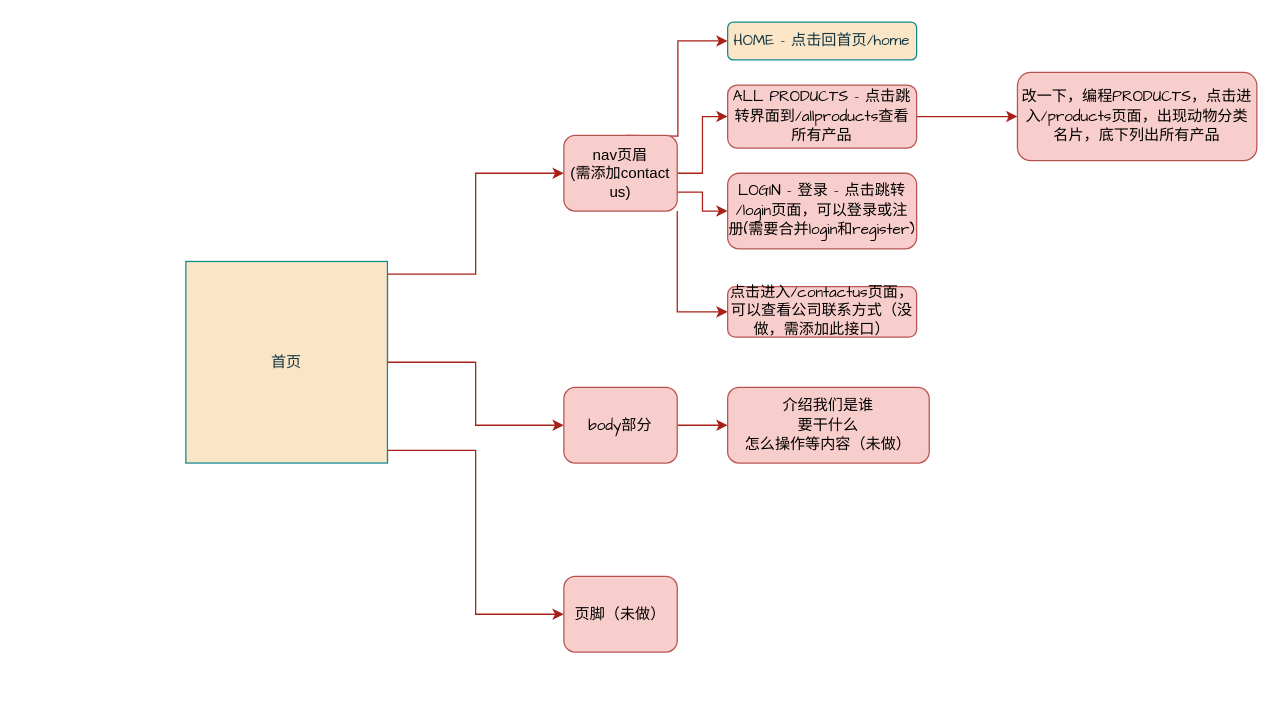
Before: Page_Diagram/pet.drawio in dzwfighting/pet, a draw.io diagram. Source tidied: cells renumbered, new cells numbered last; positions are measured from the earlier drawing's top-left corner, leaving out a move shared by most shapes. Both pictures are drawn from the tidied source at 126%, with x=0, y=0 at pixel (185, 21).
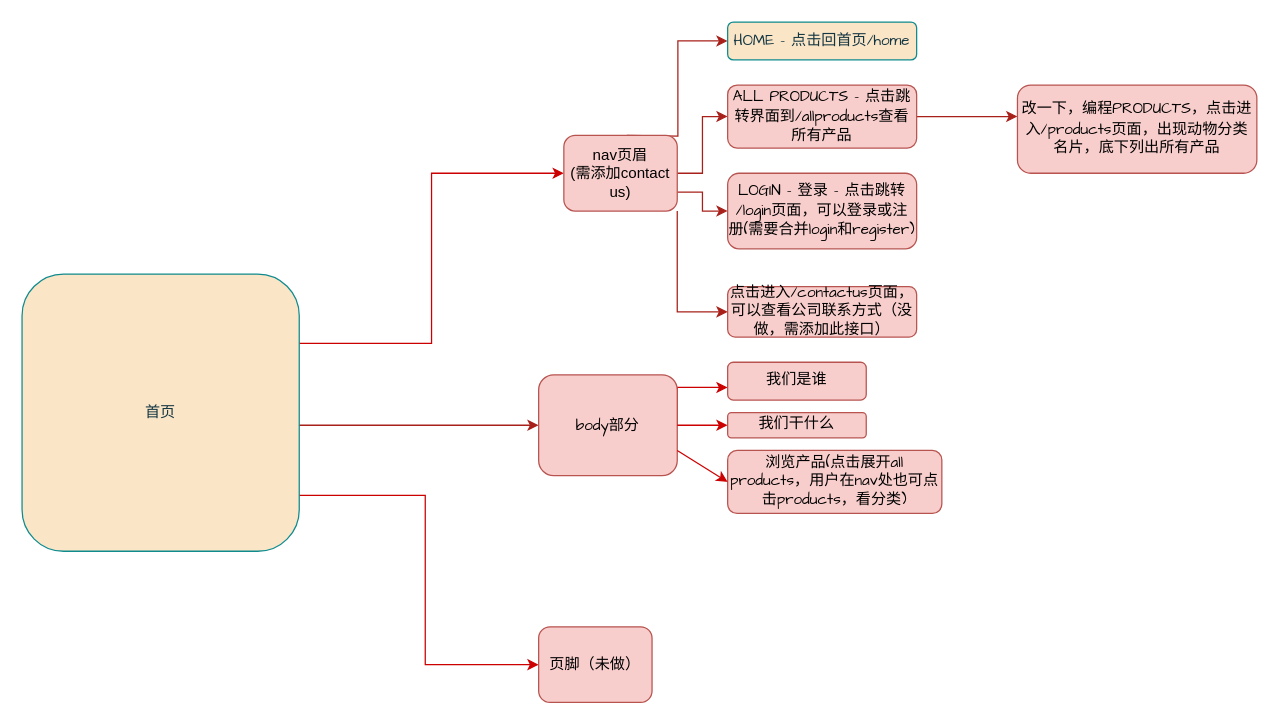
After the change.

The change refers to these unchanged cells:
```xml
<mxCell id="10" value="nav页眉&lt;br&gt;(需添加contact us)" style="rounded=1;whiteSpace=wrap;html=1;fillColor=#f8cecc;strokeColor=#b85450;labelBackgroundColor=none;" parent="1" vertex="1">
  <mxGeometry x="300" y="90" width="90" height="60" as="geometry" />
</mxCell>
<mxCell id="13" value="&lt;font face=&quot;Comic Sans MS&quot;&gt;ALL PRODUCTS - 点击跳转界面到/allproducts查看所有产品&lt;/font&gt;" style="whiteSpace=wrap;html=1;rounded=1;fillColor=#f8cecc;strokeColor=#b85450;labelBackgroundColor=none;" parent="1" vertex="1">
  <mxGeometry x="430" y="50" width="150" height="50" as="geometry" />
</mxCell>
```

Diff of the diagram source:
```diff
@@
+    <mxCell id="3" style="edgeStyle=orthogonalEdgeStyle;rounded=0;jettySize=auto;html=1;labelBackgroundColor=none;strokeColor=#A8201A;fontColor=default;exitX=0.995;exitY=0.54;exitDx=0;exitDy=0;exitPerimeter=0;" parent="1" edge="1" source="5" target="17">
+      <mxGeometry relative="1" as="geometry">
+        <Array as="points">
+          <mxPoint x="89" y="320" />
+        </Array>
+      </mxGeometry>
+    </mxCell>
-    <mxCell id="2" style="edgeStyle=orthogonalEdgeStyle;rounded=0;jettySize=auto;html=1;exitX=1;exitY=0.5;exitDx=0;exitDy=0;entryX=0;entryY=0.5;entryDx=0;entryDy=0;labelBackgroundColor=none;strokeColor=#A8201A;fontColor=default;" parent="1" edge="1" source="5" target="10">
-      <mxGeometry relative="1" as="geometry">
-        <Array as="points">
-          <mxPoint x="160" y="200" />
-          <mxPoint x="230" y="200" />
-          <mxPoint x="230" y="120" />
-        </Array>
-      </mxGeometry>
+    <mxCell id="2" style="edgeStyle=orthogonalEdgeStyle;rounded=0;jettySize=auto;html=1;exitX=1;exitY=0.25;exitDx=0;exitDy=0;entryX=0;entryY=0.5;entryDx=0;entryDy=0;strokeColor=#CC0000;" parent="1" edge="1" source="5" target="10">
+      <mxGeometry relative="1" as="geometry" />
     </mxCell>
-    <mxCell id="3" style="edgeStyle=orthogonalEdgeStyle;rounded=0;jettySize=auto;html=1;labelBackgroundColor=none;strokeColor=#A8201A;fontColor=default;" parent="1" edge="1" source="5" target="17">
-      <mxGeometry relative="1" as="geometry">
-        <Array as="points">
-          <mxPoint x="230" y="270" />
-          <mxPoint x="230" y="320" />
-        </Array>
-      </mxGeometry>
-    </mxCell>
-    <mxCell id="4" style="edgeStyle=orthogonalEdgeStyle;rounded=0;jettySize=auto;html=1;exitX=1;exitY=1;exitDx=0;exitDy=0;entryX=0;entryY=0.5;entryDx=0;entryDy=0;strokeColor=#A8201A;fontColor=#143642;fillColor=#FAE5C7;" parent="1" edge="1" source="5" target="18">
+    <mxCell id="4" style="edgeStyle=orthogonalEdgeStyle;rounded=0;jettySize=auto;html=1;entryX=0;entryY=0.5;entryDx=0;entryDy=0;strokeColor=#CC0000;exitX=0.995;exitY=0.798;exitDx=0;exitDy=0;exitPerimeter=0;" parent="1" edge="1" source="5" target="18">
       <mxGeometry relative="1" as="geometry">
         <Array as="points">
-          <mxPoint x="160" y="340" />
-          <mxPoint x="230" y="340" />
-          <mxPoint x="230" y="470" />
+          <mxPoint x="190" y="376" />
+          <mxPoint x="190" y="510" />
         </Array>
       </mxGeometry>
     </mxCell>
-    <mxCell id="5" value="首页" style="whiteSpace=wrap;html=1;labelBackgroundColor=none;fillColor=#FAE5C7;strokeColor=#0F8B8D;fontColor=#143642;" parent="1" vertex="1">
-      <mxGeometry y="190" width="160" height="160" as="geometry" />
+    <mxCell id="5" value="首页" style="whiteSpace=wrap;html=1;labelBackgroundColor=none;fillColor=#FAE5C7;strokeColor=#0F8B8D;fontColor=#143642;rounded=1;" parent="1" vertex="1">
+      <mxGeometry x="-130" y="200" width="220" height="220" as="geometry" />
     </mxCell>
@@
-    <mxCell id="12" style="edgeStyle=orthogonalEdgeStyle;rounded=0;jettySize=auto;html=1;strokeColor=#A8201A;fontColor=#143642;fillColor=#FAE5C7;" parent="1" edge="1" source="13" target="20">
-      <mxGeometry relative="1" as="geometry" />
+    <mxCell id="12" style="edgeStyle=orthogonalEdgeStyle;rounded=0;jettySize=auto;html=1;strokeColor=#A8201A;fontColor=#143642;fillColor=#FAE5C7;" parent="1" edge="1" source="13">
+      <mxGeometry relative="1" as="geometry">
+        <mxPoint x="660" y="75" as="targetPoint" />
+      </mxGeometry>
     </mxCell>
@@
-    <mxCell id="16" style="edgeStyle=orthogonalEdgeStyle;rounded=0;jettySize=auto;html=1;strokeColor=#A8201A;fontColor=#143642;fillColor=#FAE5C7;" parent="1" edge="1" source="17" target="19">
-      <mxGeometry relative="1" as="geometry" />
-    </mxCell>
+    <mxCell id="21" style="edgeStyle=orthogonalEdgeStyle;rounded=0;jettySize=auto;html=1;strokeColor=#CC0000;exitX=1;exitY=0.5;exitDx=0;exitDy=0;" parent="1" edge="1" source="17" target="22">
+      <mxGeometry relative="1" as="geometry">
+        <Array as="points">
+          <mxPoint x="390" y="290" />
+        </Array>
+      </mxGeometry>
+    </mxCell>
     <mxCell id="17" value="&lt;font face=&quot;Comic Sans MS&quot;&gt;body部分&lt;/font&gt;" style="rounded=1;whiteSpace=wrap;html=1;fillColor=#f8cecc;strokeColor=#b85450;labelBackgroundColor=none;" parent="1" vertex="1">
-      <mxGeometry x="300" y="290" width="90" height="60" as="geometry" />
+      <mxGeometry x="280" y="280" width="110" height="80" as="geometry" />
     </mxCell>
     <mxCell id="18" value="&lt;font face=&quot;Comic Sans MS&quot;&gt;页脚（未做）&lt;/font&gt;" style="rounded=1;whiteSpace=wrap;html=1;labelBackgroundColor=none;fillColor=#f8cecc;strokeColor=#b85450;" parent="1" vertex="1">
-      <mxGeometry x="300" y="440" width="90" height="60" as="geometry" />
+      <mxGeometry x="280" y="480" width="90" height="60" as="geometry" />
     </mxCell>
-    <mxCell id="19" value="&lt;font face=&quot;Comic Sans MS&quot;&gt;介绍我们是谁&lt;br&gt;要干什么&lt;br&gt;怎么操作等内容（未做）&lt;br&gt;&lt;/font&gt;" style="rounded=1;whiteSpace=wrap;html=1;fillColor=#f8cecc;strokeColor=#b85450;labelBackgroundColor=none;" parent="1" vertex="1">
-      <mxGeometry x="430" y="290" width="160" height="60" as="geometry" />
-    </mxCell>
     <mxCell id="20" value="&lt;font face=&quot;Comic Sans MS&quot;&gt;改一下，编程PRODUCTS，点击进入/products页面，出现动物分类名片，底下列出所有产品&lt;/font&gt;" style="whiteSpace=wrap;html=1;rounded=1;fillColor=#f8cecc;strokeColor=#b85450;labelBackgroundColor=none;" parent="1" vertex="1">
-      <mxGeometry x="660" y="40" width="190" height="70" as="geometry" />
+      <mxGeometry x="660" y="50" width="190" height="70" as="geometry" />
     </mxCell>
+    <mxCell id="22" value="&lt;font&gt;我们是谁&lt;/font&gt;" style="rounded=1;whiteSpace=wrap;html=1;fillColor=#f8cecc;strokeColor=#b85450;labelBackgroundColor=none;fontFamily=Comic Sans MS;" parent="1" vertex="1">
+      <mxGeometry x="430" y="270" width="110" height="30" as="geometry" />
+    </mxCell>
+    <mxCell id="23" style="endArrow=classic;html=1;rounded=0;exitX=1;exitY=0.5;exitDx=0;exitDy=0;strokeColor=#CC0000;" parent="1" edge="1" source="17" target="24">
+      <mxGeometry relative="1" as="geometry" />
+    </mxCell>
+    <mxCell id="24" value="我们干什么" style="rounded=1;whiteSpace=wrap;html=1;fillColor=#f8cecc;strokeColor=#b85450;fontFamily=Comic Sans MS;" parent="1" vertex="1">
+      <mxGeometry x="430" y="310" width="110" height="20" as="geometry" />
+    </mxCell>
+    <mxCell id="25" value="浏览产品(点击展开all products，用户在nav处也可点击products，看分类)" style="rounded=1;whiteSpace=wrap;html=1;fillColor=#f8cecc;strokeColor=#b85450;fontFamily=Comic Sans MS;" parent="1" vertex="1">
+      <mxGeometry x="430" y="340" width="170" height="50" as="geometry" />
+    </mxCell>
+    <mxCell id="26" style="endArrow=classic;html=1;rounded=0;exitX=1;exitY=0.75;exitDx=0;exitDy=0;strokeColor=#CC0000;entryX=0;entryY=0.5;entryDx=0;entryDy=0;" parent="1" edge="1" source="17" target="25">
+      <mxGeometry relative="1" as="geometry" />
+    </mxCell>
```
